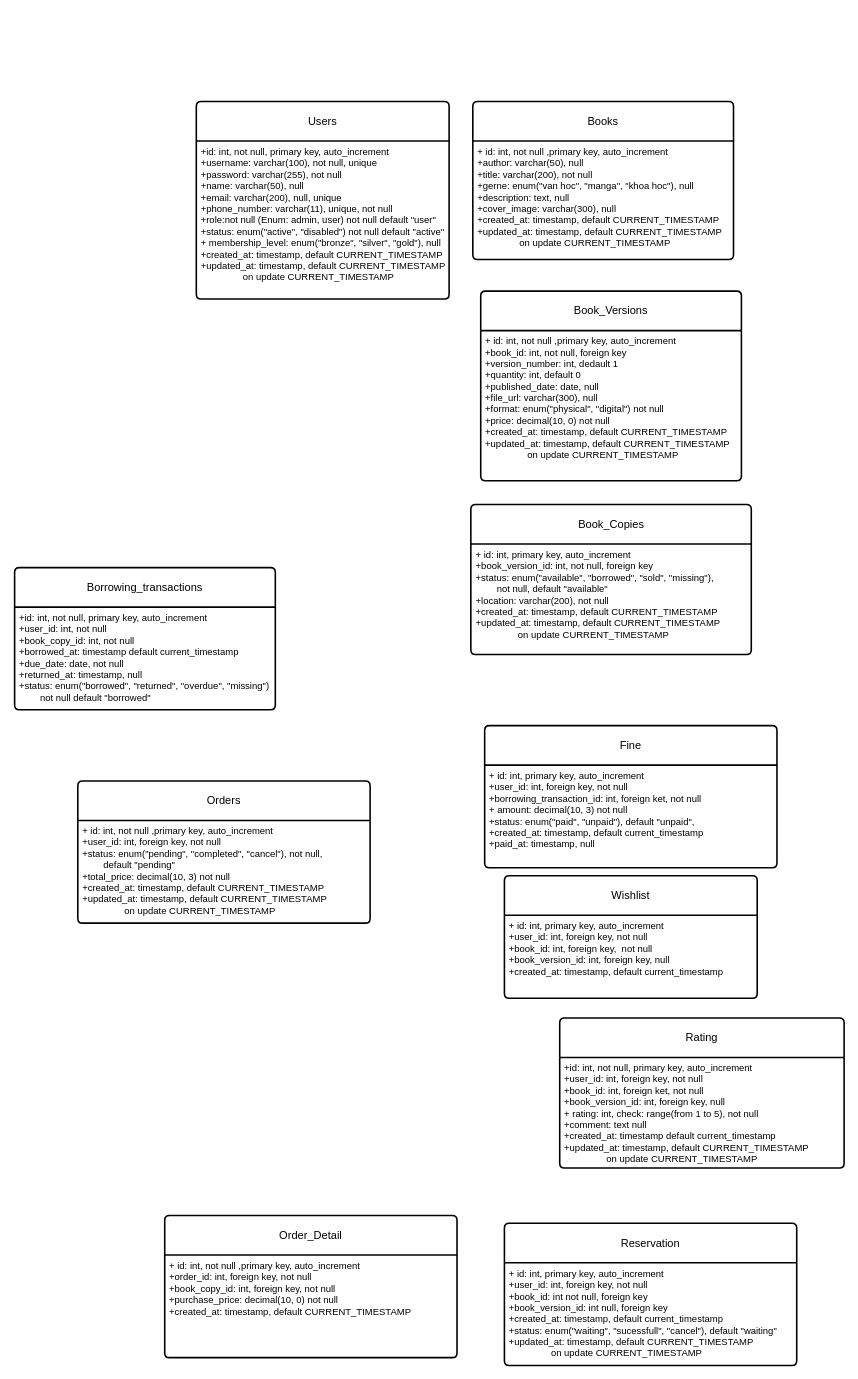
ThienHoang203/Project-CSE-310 keeps this draw.io diagram as DB.drawio. Above is the earlier version. Source tidied: cells renumbered, new cells numbered last; positions are measured from the earlier drawing's top-left corner, leaving out a move shared by most shapes. Both pictures are drawn from the tidied source at 79%, with x=0, y=0 at pixel (14, 101).
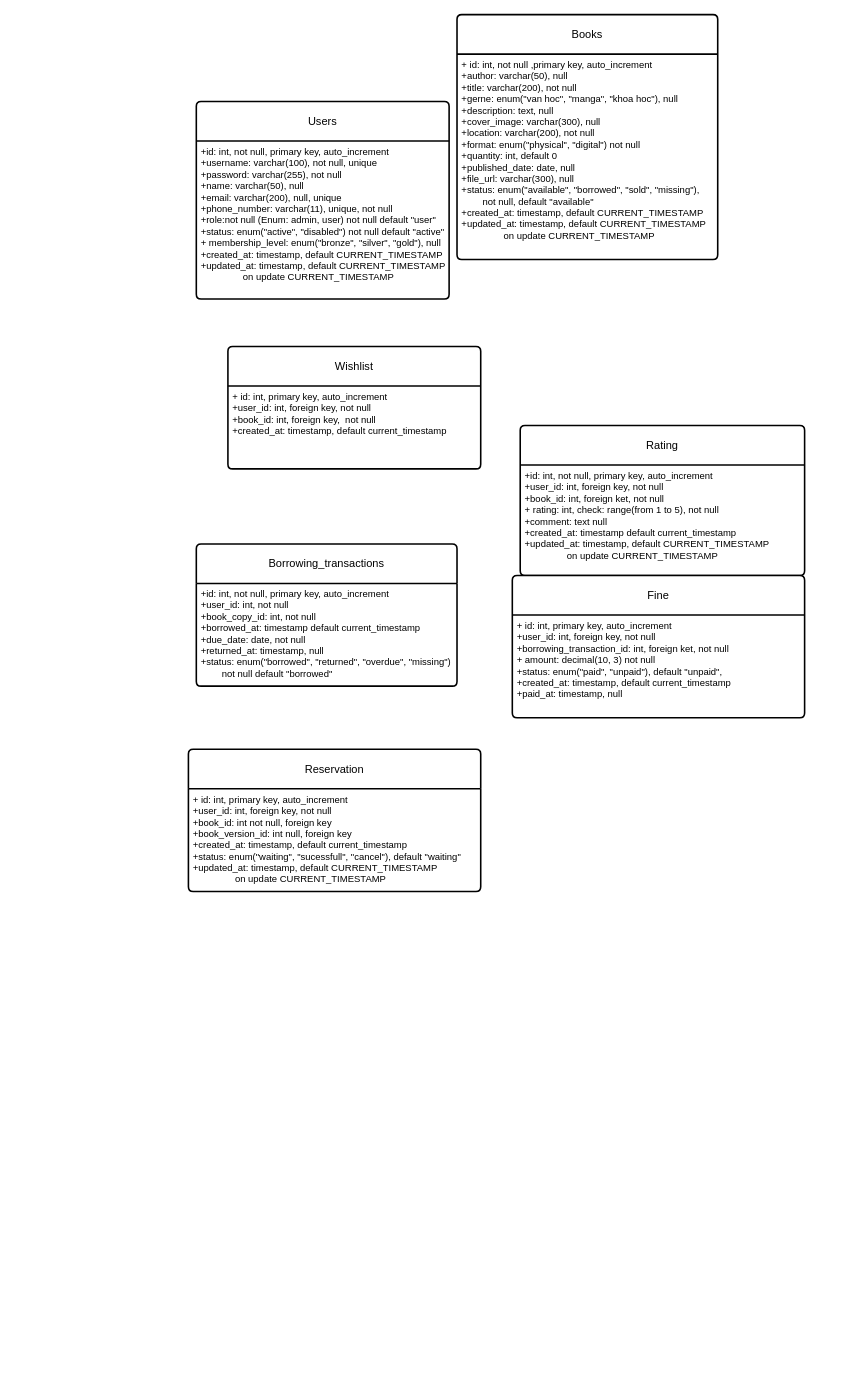
After the change.

The edit, as a diff of the source:
```diff
@@
     <mxCell id="4" value="Books" style="swimlane;horizontal=1;startSize=50;rounded=1;fontSize=14;fontStyle=0;strokeWidth=2;shadow=0;dashed=0;align=center;arcSize=4;whiteSpace=wrap;html=1;" parent="1" vertex="1">
-      <mxGeometry x="580" width="330" height="200" as="geometry" />
+      <mxGeometry x="560" y="-110" width="330" height="310" as="geometry" />
     </mxCell>
-    <mxCell id="5" value="&lt;div&gt;+ id: int, not null ,primary key, auto_increment&lt;/div&gt;&lt;div&gt;+author: varchar(50), null&lt;/div&gt;&lt;div&gt;+title: varchar(200), not null&lt;/div&gt;&lt;div&gt;&lt;span style=&quot;background-color: transparent; color: light-dark(rgb(0, 0, 0), rgb(255, 255, 255));&quot;&gt;+gerne: enum(&quot;van hoc&quot;, &quot;manga&quot;, &quot;khoa hoc&quot;), null&lt;/span&gt;&lt;/div&gt;&lt;div&gt;+description: text, null&lt;/div&gt;&lt;div&gt;+cover_image: varchar(300), null&lt;/div&gt;&lt;div&gt;+created_at: timestamp, default CURRENT_TIMESTAMP&lt;/div&gt;&lt;div&gt;+updated_at: timestamp, default CURRENT_TIMESTAMP&amp;nbsp;&lt;/div&gt;&lt;div&gt;&lt;span style=&quot;white-space: pre;&quot;&gt;&#9;&lt;/span&gt;&lt;span style=&quot;white-space: pre;&quot;&gt;&#9;&lt;/span&gt;on update CURRENT_TIMESTAMP&lt;/div&gt;&lt;div&gt;&lt;br&gt;&lt;/div&gt;" style="align=left;strokeColor=none;fillColor=none;spacingLeft=4;fontSize=12;verticalAlign=top;html=1;" parent="4" vertex="1">
-      <mxGeometry y="50" width="330" height="150" as="geometry" />
+    <mxCell id="5" value="&lt;div&gt;+ id: int, not null ,primary key, auto_increment&lt;/div&gt;&lt;div&gt;+author: varchar(50), null&lt;/div&gt;&lt;div&gt;+title: varchar(200), not null&lt;/div&gt;&lt;div&gt;&lt;span style=&quot;background-color: transparent; color: light-dark(rgb(0, 0, 0), rgb(255, 255, 255));&quot;&gt;+gerne: enum(&quot;van hoc&quot;, &quot;manga&quot;, &quot;khoa hoc&quot;), null&lt;/span&gt;&lt;/div&gt;&lt;div&gt;+description: text, null&lt;/div&gt;&lt;div&gt;+cover_image: varchar(300), null&lt;/div&gt;&lt;div&gt;+location: varchar(200), not null&lt;/div&gt;&lt;div&gt;&lt;div&gt;+format: enum(&quot;physical&quot;, &quot;digital&quot;) not null&lt;/div&gt;&lt;div&gt;&lt;/div&gt;&lt;/div&gt;&lt;div&gt;&lt;div&gt;+quantity: int, default 0&lt;/div&gt;&lt;div&gt;+published_date: date, null&lt;/div&gt;&lt;div&gt;+file_url: varchar(300), null&lt;/div&gt;&lt;/div&gt;&lt;div&gt;&lt;div&gt;&lt;span style=&quot;background-color: transparent; color: light-dark(rgb(0, 0, 0), rgb(255, 255, 255));&quot;&gt;+status: enum(&quot;available&quot;, &quot;borrowed&quot;, &quot;sold&quot;, &quot;missing&quot;),&amp;nbsp;&lt;/span&gt;&lt;/div&gt;&lt;div&gt;&lt;span style=&quot;white-space-collapse: preserve;&quot;&gt;&#9;&lt;/span&gt;not null, default &quot;available&quot;&lt;/div&gt;&lt;div&gt;&lt;/div&gt;&lt;/div&gt;&lt;div&gt;+created_at: timestamp, default CURRENT_TIMESTAMP&lt;/div&gt;&lt;div&gt;+updated_at: timestamp, default CURRENT_TIMESTAMP&amp;nbsp;&lt;/div&gt;&lt;div&gt;&lt;span style=&quot;white-space: pre;&quot;&gt;&#9;&lt;/span&gt;&lt;span style=&quot;white-space: pre;&quot;&gt;&#9;&lt;/span&gt;on update CURRENT_TIMESTAMP&lt;/div&gt;&lt;div&gt;&lt;br&gt;&lt;/div&gt;" style="align=left;strokeColor=none;fillColor=none;spacingLeft=4;fontSize=12;verticalAlign=top;html=1;" parent="4" vertex="1">
+      <mxGeometry y="50" width="330" height="260" as="geometry" />
     </mxCell>
     <mxCell id="6" value="Borrowing_transactions" style="swimlane;horizontal=1;startSize=50;rounded=1;fontSize=14;fontStyle=0;strokeWidth=2;shadow=0;dashed=0;align=center;arcSize=4;whiteSpace=wrap;html=1;" parent="1" vertex="1">
-      <mxGeometry y="590" width="330" height="180" as="geometry" />
+      <mxGeometry x="230" y="560" width="330" height="180" as="geometry" />
     </mxCell>
@@
     <mxCell id="8" value="Rating" style="swimlane;horizontal=1;startSize=50;rounded=1;fontSize=14;fontStyle=0;strokeWidth=2;shadow=0;dashed=0;align=center;arcSize=4;whiteSpace=wrap;html=1;" parent="1" vertex="1">
-      <mxGeometry x="690" y="1160" width="360" height="190" as="geometry" />
+      <mxGeometry x="640" y="410" width="360" height="190" as="geometry" />
     </mxCell>
-    <mxCell id="9" value="+id: int, not null, primary key, auto_increment&lt;br&gt;+user_id: int, foreign key, not null&lt;div&gt;+book_id: int, foreign ket, not null&lt;/div&gt;&lt;div&gt;+book_version_id: int, foreign key, null&lt;/div&gt;&lt;div&gt;+ rating: int, check: range(from 1 to 5), not null&lt;br&gt;&lt;div&gt;+comment: text null&lt;/div&gt;&lt;/div&gt;&lt;div&gt;+created_at: timestamp default current_timestamp&lt;/div&gt;&lt;div&gt;&lt;div&gt;+updated_at: timestamp, default CURRENT_TIMESTAMP&amp;nbsp;&lt;/div&gt;&lt;div&gt;&lt;span style=&quot;white-space-collapse: preserve;&quot;&gt;&#9;&lt;/span&gt;&lt;span style=&quot;white-space-collapse: preserve;&quot;&gt;&#9;&lt;/span&gt;on update CURRENT_TIMESTAMP&lt;/div&gt;&lt;/div&gt;" style="align=left;strokeColor=none;fillColor=none;spacingLeft=4;fontSize=12;verticalAlign=top;html=1;" parent="8" vertex="1">
+    <mxCell id="9" value="+id: int, not null, primary key, auto_increment&lt;br&gt;+user_id: int, foreign key, not null&lt;div&gt;+book_id: int, foreign ket, not null&lt;/div&gt;&lt;div&gt;&lt;span style=&quot;background-color: transparent; color: light-dark(rgb(0, 0, 0), rgb(255, 255, 255));&quot;&gt;+ rating: int, check: range(from 1 to 5), not null&lt;/span&gt;&lt;/div&gt;&lt;div&gt;&lt;div&gt;+comment: text null&lt;/div&gt;&lt;/div&gt;&lt;div&gt;+created_at: timestamp default current_timestamp&lt;/div&gt;&lt;div&gt;&lt;div&gt;+updated_at: timestamp, default CURRENT_TIMESTAMP&amp;nbsp;&lt;/div&gt;&lt;div&gt;&lt;span style=&quot;white-space-collapse: preserve;&quot;&gt;&#9;&lt;/span&gt;&lt;span style=&quot;white-space-collapse: preserve;&quot;&gt;&#9;&lt;/span&gt;on update CURRENT_TIMESTAMP&lt;/div&gt;&lt;/div&gt;" style="align=left;strokeColor=none;fillColor=none;spacingLeft=4;fontSize=12;verticalAlign=top;html=1;" parent="8" vertex="1">
       <mxGeometry y="50" width="360" height="140" as="geometry" />
     </mxCell>
-    <mxCell id="10" value="Book_Copies" style="swimlane;horizontal=1;startSize=50;rounded=1;fontSize=14;fontStyle=0;strokeWidth=2;shadow=0;dashed=0;align=center;arcSize=4;whiteSpace=wrap;html=1;" parent="1" vertex="1">
-      <mxGeometry x="577.5" y="510" width="355" height="190" as="geometry" />
-    </mxCell>
-    <mxCell id="11" value="&lt;div&gt;+ id: int, primary key, auto_increment&lt;/div&gt;&lt;div&gt;+book_version_id: int, not null, foreign key&lt;/div&gt;&lt;div&gt;+status: enum(&quot;available&quot;, &quot;borrowed&quot;, &quot;sold&quot;, &quot;missing&quot;),&amp;nbsp;&lt;/div&gt;&lt;div&gt;&lt;span style=&quot;white-space: pre;&quot;&gt;&#9;&lt;/span&gt;not null, default &quot;available&quot;&lt;/div&gt;&lt;div&gt;+location: varchar(200), not null&lt;/div&gt;&lt;div&gt;&lt;div&gt;+created_at: timestamp, default CURRENT_TIMESTAMP&lt;/div&gt;&lt;div&gt;+updated_at: timestamp, default CURRENT_TIMESTAMP&amp;nbsp;&lt;/div&gt;&lt;div&gt;&lt;span style=&quot;white-space-collapse: preserve;&quot;&gt;&#9;&lt;/span&gt;&lt;span style=&quot;white-space-collapse: preserve;&quot;&gt;&#9;&lt;/span&gt;on update CURRENT_TIMESTAMP&lt;/div&gt;&lt;/div&gt;" style="align=left;strokeColor=none;fillColor=none;spacingLeft=4;fontSize=12;verticalAlign=top;html=1;" parent="10" vertex="1">
-      <mxGeometry y="50" width="355" height="140" as="geometry" />
-    </mxCell>
-    <mxCell id="12" value="Book_Versions" style="swimlane;horizontal=1;startSize=50;rounded=1;fontSize=14;fontStyle=0;strokeWidth=2;shadow=0;dashed=0;align=center;arcSize=4;whiteSpace=wrap;html=1;" parent="1" vertex="1">
-      <mxGeometry x="590" y="240" width="330" height="240" as="geometry" />
-    </mxCell>
-    <mxCell id="13" value="&lt;div&gt;+ id: int, not null ,primary key, auto_increment&lt;/div&gt;&lt;div&gt;+book_id: int, not null, foreign key&amp;nbsp;&lt;/div&gt;&lt;div&gt;+version_number: int, dedault 1&lt;/div&gt;&lt;div&gt;+quantity: int, default 0&lt;/div&gt;&lt;div&gt;+published_date: date, null&lt;/div&gt;&lt;div&gt;+file_url: varchar(300), null&lt;/div&gt;&lt;div&gt;+format: enum(&quot;physical&quot;, &quot;digital&quot;) not null&lt;/div&gt;&lt;div&gt;+price: decimal(10, 0) not null&lt;/div&gt;&lt;div&gt;&lt;div&gt;+created_at: timestamp, default CURRENT_TIMESTAMP&lt;/div&gt;&lt;div&gt;+updated_at: timestamp, default CURRENT_TIMESTAMP&amp;nbsp;&lt;/div&gt;&lt;div&gt;&lt;span style=&quot;white-space-collapse: preserve;&quot;&gt;&#9;&lt;/span&gt;&lt;span style=&quot;white-space-collapse: preserve;&quot;&gt;&#9;&lt;/span&gt;on update CURRENT_TIMESTAMP&lt;/div&gt;&lt;/div&gt;" style="align=left;strokeColor=none;fillColor=none;spacingLeft=4;fontSize=12;verticalAlign=top;html=1;" parent="12" vertex="1">
-      <mxGeometry y="50" width="330" height="190" as="geometry" />
-    </mxCell>
     <mxCell id="14" value="Wishlist" style="swimlane;horizontal=1;startSize=50;rounded=1;fontSize=14;fontStyle=0;strokeWidth=2;shadow=0;dashed=0;align=center;arcSize=4;whiteSpace=wrap;html=1;" parent="1" vertex="1">
-      <mxGeometry x="620" y="980" width="320" height="155" as="geometry" />
+      <mxGeometry x="270" y="310" width="320" height="155" as="geometry" />
     </mxCell>
-    <mxCell id="15" value="&lt;div&gt;+ id: int, primary key, auto_increment&lt;/div&gt;&lt;div&gt;+user_id: int, foreign key, not null&lt;/div&gt;&lt;div&gt;+book_id: int, foreign key,&amp;nbsp; not null&lt;/div&gt;&lt;div&gt;+book_version_id:&amp;nbsp;&lt;span style=&quot;background-color: transparent; color: light-dark(rgb(0, 0, 0), rgb(255, 255, 255));&quot;&gt;int, foreign key, null&lt;/span&gt;&lt;/div&gt;&lt;div&gt;+created_at: timestamp, default current_timestamp&lt;/div&gt;&lt;div&gt;&lt;br&gt;&lt;/div&gt;" style="align=left;strokeColor=none;fillColor=none;spacingLeft=4;fontSize=12;verticalAlign=top;html=1;" parent="14" vertex="1">
+    <mxCell id="15" value="&lt;div&gt;+ id: int, primary key, auto_increment&lt;/div&gt;&lt;div&gt;+user_id: int, foreign key, not null&lt;/div&gt;&lt;div&gt;+book_id: int, foreign key,&amp;nbsp; not null&lt;/div&gt;&lt;div&gt;&lt;span style=&quot;background-color: transparent; color: light-dark(rgb(0, 0, 0), rgb(255, 255, 255));&quot;&gt;+created_at: timestamp, default current_timestamp&lt;/span&gt;&lt;/div&gt;&lt;div&gt;&lt;br&gt;&lt;/div&gt;" style="align=left;strokeColor=none;fillColor=none;spacingLeft=4;fontSize=12;verticalAlign=top;html=1;" parent="14" vertex="1">
       <mxGeometry y="50" width="320" height="105" as="geometry" />
     </mxCell>
-    <mxCell id="16" value="Orders" style="swimlane;horizontal=1;startSize=50;rounded=1;fontSize=14;fontStyle=0;strokeWidth=2;shadow=0;dashed=0;align=center;arcSize=4;whiteSpace=wrap;html=1;" parent="1" vertex="1">
-      <mxGeometry x="80" y="860" width="370" height="180" as="geometry" />
-    </mxCell>
-    <mxCell id="17" value="&lt;div&gt;+ id: int, not null ,primary key, auto_increment&lt;/div&gt;&lt;div&gt;+user_id: int, foreign key, not null&lt;/div&gt;&lt;div&gt;+status: enum(&quot;pending&quot;, &quot;completed&quot;, &quot;cancel&quot;), not null,&lt;/div&gt;&lt;div&gt;&lt;span style=&quot;white-space: pre;&quot;&gt;&#9;&lt;/span&gt;default &quot;pending&quot;&lt;/div&gt;&lt;div&gt;+total_price: decimal(10, 3) not null&lt;/div&gt;&lt;div&gt;&lt;div&gt;+created_at: timestamp, default CURRENT_TIMESTAMP&lt;/div&gt;&lt;div&gt;+updated_at: timestamp, default CURRENT_TIMESTAMP&amp;nbsp;&lt;/div&gt;&lt;div&gt;&lt;span style=&quot;white-space-collapse: preserve;&quot;&gt;&#9;&lt;/span&gt;&lt;span style=&quot;white-space-collapse: preserve;&quot;&gt;&#9;&lt;/span&gt;on update CURRENT_TIMESTAMP&lt;/div&gt;&lt;/div&gt;" style="align=left;strokeColor=none;fillColor=none;spacingLeft=4;fontSize=12;verticalAlign=top;html=1;" parent="16" vertex="1">
-      <mxGeometry y="50" width="370" height="130" as="geometry" />
-    </mxCell>
-    <mxCell id="18" value="Order_Detail" style="swimlane;horizontal=1;startSize=50;rounded=1;fontSize=14;fontStyle=0;strokeWidth=2;shadow=0;dashed=0;align=center;arcSize=4;whiteSpace=wrap;html=1;" parent="1" vertex="1">
-      <mxGeometry x="190" y="1410" width="370" height="180" as="geometry" />
-    </mxCell>
-    <mxCell id="19" value="&lt;div&gt;&lt;div&gt;+ id: int, not null ,primary key, auto_increment&lt;/div&gt;&lt;/div&gt;&lt;div&gt;&lt;span style=&quot;background-color: transparent; color: light-dark(rgb(0, 0, 0), rgb(255, 255, 255));&quot;&gt;+order_id: int, foreign key, not null&lt;/span&gt;&lt;/div&gt;&lt;div&gt;+book_copy_id: int, foreign key, not null&lt;/div&gt;&lt;div&gt;+purchase_price: decimal(10, 0) not null&lt;/div&gt;&lt;div&gt;&lt;div&gt;+created_at: timestamp, default CURRENT_TIMESTAMP&lt;/div&gt;&lt;/div&gt;" style="align=left;strokeColor=none;fillColor=none;spacingLeft=4;fontSize=12;verticalAlign=top;html=1;" parent="18" vertex="1">
-      <mxGeometry y="50" width="370" height="130" as="geometry" />
-    </mxCell>
     <mxCell id="20" value="Reservation" style="swimlane;horizontal=1;startSize=50;rounded=1;fontSize=14;fontStyle=0;strokeWidth=2;shadow=0;dashed=0;align=center;arcSize=4;whiteSpace=wrap;html=1;" parent="1" vertex="1">
-      <mxGeometry x="620" y="1420" width="370" height="180" as="geometry" />
+      <mxGeometry x="220" y="820" width="370" height="180" as="geometry" />
     </mxCell>
@@
     <mxCell id="22" value="Fine" style="swimlane;horizontal=1;startSize=50;rounded=1;fontSize=14;fontStyle=0;strokeWidth=2;shadow=0;dashed=0;align=center;arcSize=4;whiteSpace=wrap;html=1;" parent="1" vertex="1">
-      <mxGeometry x="595" y="790" width="370" height="180" as="geometry" />
+      <mxGeometry x="630" y="600" width="370" height="180" as="geometry" />
     </mxCell>
```
